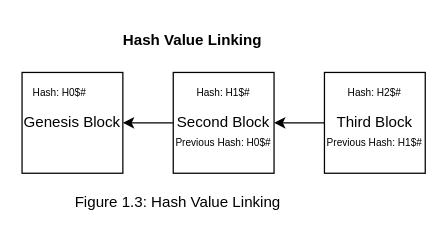
Before: BlockchainHashValue.drawio in SifisoMzansi/architecture-diagrams, a draw.io diagram. Source tidied: cells renumbered, new cells numbered last; positions are measured from the earlier drawing's top-left corner, leaving out a move shared by most shapes. Both pictures are drawn from the tidied source at 126%, with x=0, y=0 at pixel (21, 21).
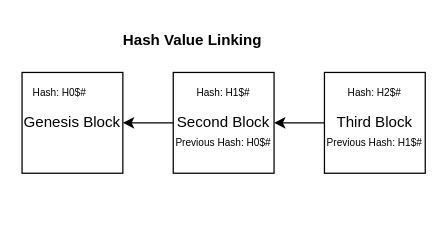
The same page after the edit.

The edit, as a diff of the source:
```diff
@@
 <mxGraphModel>
   <root>
     <mxCell id="0" />
     <mxCell id="1" parent="0" />
     <mxCell id="2" style="edgeStyle=orthogonalEdgeStyle;rounded=0;jettySize=auto;html=1;entryX=1;entryY=0.5;entryDx=0;entryDy=0;" parent="1" edge="1" source="3" target="5">
       <mxGeometry relative="1" as="geometry" />
     </mxCell>
     <mxCell id="3" value="Third Block" style="whiteSpace=wrap;html=1;" parent="1" vertex="1">
       <mxGeometry x="240" y="40" width="80" height="80" as="geometry" />
     </mxCell>
     <mxCell id="4" style="edgeStyle=orthogonalEdgeStyle;rounded=0;jettySize=auto;html=1;entryX=1;entryY=0.5;entryDx=0;entryDy=0;" parent="1" edge="1" source="5" target="6">
       <mxGeometry relative="1" as="geometry" />
     </mxCell>
     <mxCell id="5" value="Second Block" style="whiteSpace=wrap;html=1;" parent="1" vertex="1">
       <mxGeometry x="120" y="40" width="80" height="80" as="geometry" />
     </mxCell>
     <mxCell id="6" value="Genesis Block" style="whiteSpace=wrap;html=1;" parent="1" vertex="1">
       <mxGeometry y="40" width="80" height="80" as="geometry" />
     </mxCell>
     <mxCell id="7" value="&lt;font style=&quot;font-size: 8px;&quot;&gt;Hash: H0$#&lt;/font&gt;" style="text;html=1;align=center;verticalAlign=middle;whiteSpace=wrap;rounded=0;" parent="1" vertex="1">
       <mxGeometry y="40" width="60" height="30" as="geometry" />
     </mxCell>
     <mxCell id="8" value="&lt;font style=&quot;font-size: 8px;&quot;&gt;Previous Hash:&amp;nbsp;&lt;/font&gt;&lt;span style=&quot;font-size: 8px;&quot;&gt;H0$#&lt;/span&gt;" style="text;html=1;align=center;verticalAlign=middle;whiteSpace=wrap;rounded=0;" parent="1" vertex="1">
       <mxGeometry x="120" y="80" width="80" height="30" as="geometry" />
     </mxCell>
     <mxCell id="9" value="&lt;font style=&quot;font-size: 8px;&quot;&gt;Hash:&amp;nbsp;&lt;/font&gt;&lt;span style=&quot;font-size: 8px;&quot;&gt;H1$#&lt;/span&gt;" style="text;html=1;align=center;verticalAlign=middle;whiteSpace=wrap;rounded=0;" parent="1" vertex="1">
       <mxGeometry x="120" y="40" width="80" height="30" as="geometry" />
     </mxCell>
     <mxCell id="10" value="&lt;font style=&quot;font-size: 8px;&quot;&gt;Hash:&amp;nbsp;&lt;/font&gt;&lt;span style=&quot;font-size: 8px;&quot;&gt;H2$#&lt;/span&gt;" style="text;html=1;align=center;verticalAlign=middle;whiteSpace=wrap;rounded=0;" parent="1" vertex="1">
       <mxGeometry x="240" y="40" width="80" height="30" as="geometry" />
     </mxCell>
     <mxCell id="11" value="&lt;font style=&quot;font-size: 8px;&quot;&gt;Previous Hash:&amp;nbsp;&lt;/font&gt;&lt;span style=&quot;font-size: 8px;&quot;&gt;H1$#&lt;/span&gt;" style="text;html=1;align=center;verticalAlign=middle;whiteSpace=wrap;rounded=0;" parent="1" vertex="1">
       <mxGeometry x="240" y="80" width="80" height="30" as="geometry" />
     </mxCell>
     <mxCell id="12" value="Hash Value Linking" style="text;html=1;align=center;verticalAlign=middle;strokeColor=none;fillColor=none;fontStyle=1;" parent="1" vertex="1">
       <mxGeometry x="70" width="130" height="30" as="geometry" />
     </mxCell>
-    <mxCell id="13" value="Figure 1.3: Hash Value Linking&amp;nbsp;" style="text;html=1;align=center;verticalAlign=middle;strokeColor=none;fillColor=none;" parent="1" vertex="1">
-      <mxGeometry x="30" y="128" width="190" height="30" as="geometry" />
-    </mxCell>
   </root>
 </mxGraphModel>
```
